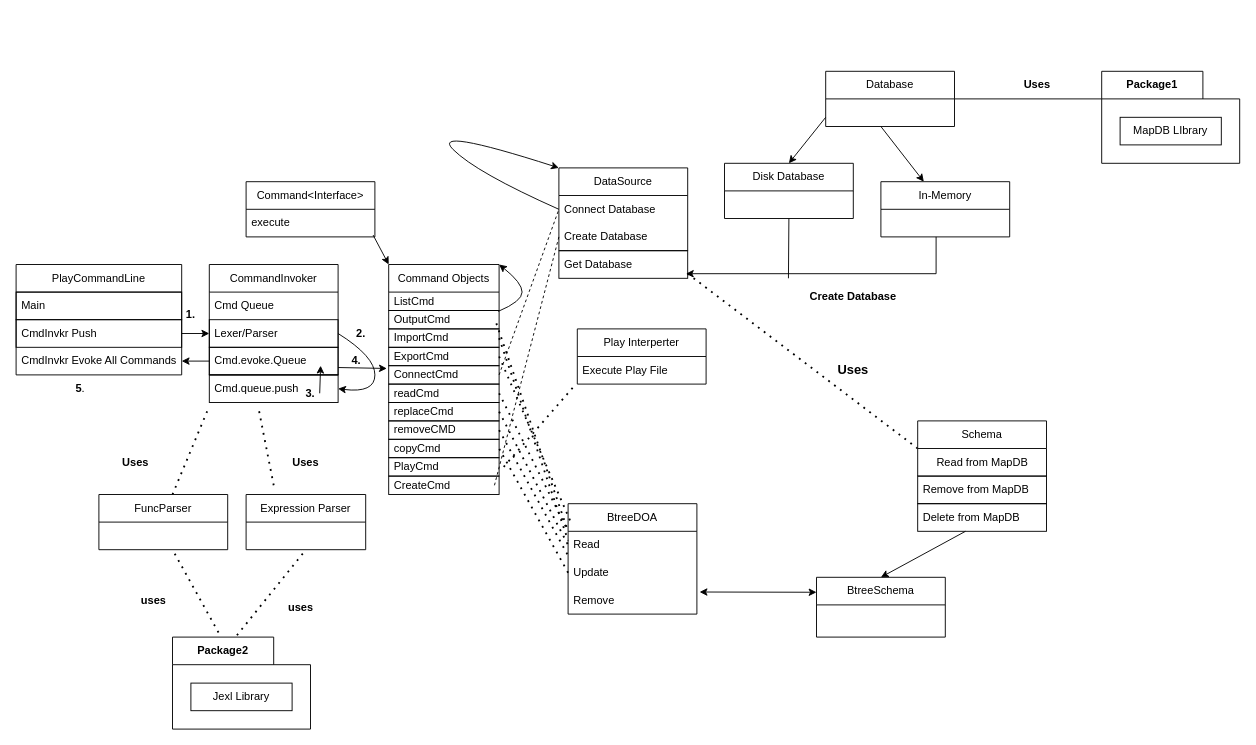
Above: Resources/playDBDesign.drawio in selvadurai/PlayDB (draw.io), before the change. Source tidied: cells renumbered, new cells numbered last; positions are measured from the earlier drawing's top-left corner, leaving out a move shared by most shapes. Both pictures are drawn from the tidied source at 92%, with x=0, y=0 at pixel (16, 71).
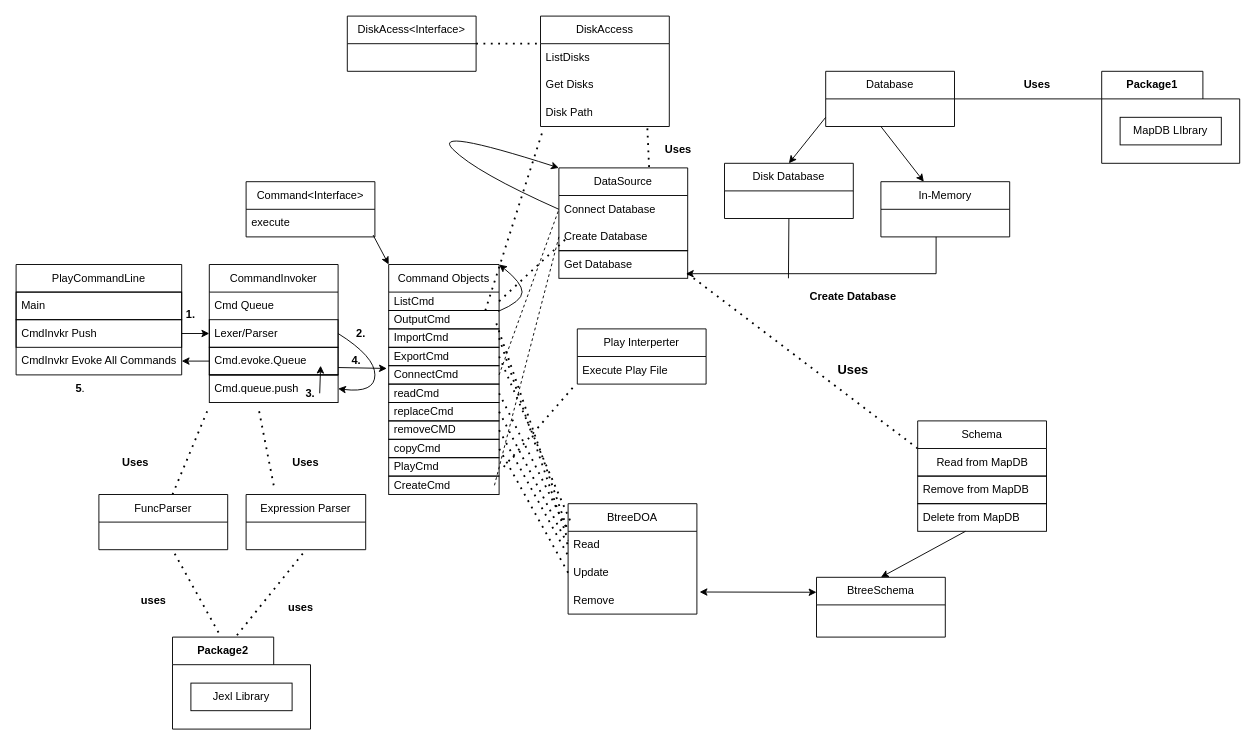
The same diagram, later.

Unchanged cells that the change refers to:
```xml
<mxCell id="15" value="Command Objects" style="swimlane;fontStyle=0;horizontal=1;startSize=30;whiteSpace=wrap;html=1;" parent="1" vertex="1">
  <mxGeometry x="405" y="210" width="120" height="50" as="geometry" />
</mxCell>
<mxCell id="16" value="ListCmd" style="text;strokeColor=none;fillColor=none;align=left;verticalAlign=middle;spacingLeft=4;spacingRight=4;overflow=hidden;points=[[0,0.5],[1,0.5]];portConstraint=eastwest;whiteSpace=wrap;html=1;" parent="15" vertex="1">
  <mxGeometry y="30" width="120" height="20" as="geometry" />
</mxCell>
<mxCell id="40" value="DataSource" style="swimlane;fontStyle=0;horizontal=1;startSize=30;whiteSpace=wrap;html=1;" parent="1" vertex="1">
  <mxGeometry x="590" y="105" width="140" height="90" as="geometry" />
</mxCell>
```

Change to the diagram source:
```diff
@@
+    <mxCell id="93" style="endArrow=none;dashed=1;html=1;dashPattern=1 3;strokeWidth=2;rounded=0;entryX=0.021;entryY=1.1;entryDx=0;entryDy=0;entryPerimeter=0;" parent="15" edge="1" target="98">
+      <mxGeometry relative="1" as="geometry">
+        <mxPoint x="105" y="50" as="sourcePoint" />
+      </mxGeometry>
+    </mxCell>
@@
+    <mxCell id="94" value="DiskAcess&amp;lt;Interface&amp;gt;" style="swimlane;fontStyle=0;horizontal=1;startSize=30;whiteSpace=wrap;html=1;" parent="1" vertex="1">
+      <mxGeometry x="360" y="-60" width="140" height="60" as="geometry" />
+    </mxCell>
+    <mxCell id="95" value="DiskAccess" style="swimlane;fontStyle=0;horizontal=1;startSize=30;whiteSpace=wrap;html=1;" parent="1" vertex="1">
+      <mxGeometry x="570" y="-60" width="140" height="120" as="geometry" />
+    </mxCell>
+    <mxCell id="96" value="ListDisks" style="text;strokeColor=none;fillColor=none;align=left;verticalAlign=middle;spacingLeft=4;spacingRight=4;overflow=hidden;points=[[0,0.5],[1,0.5]];portConstraint=eastwest;whiteSpace=wrap;html=1;" parent="95" vertex="1">
+      <mxGeometry y="30" width="140" height="30" as="geometry" />
+    </mxCell>
+    <mxCell id="97" value="Get Disks" style="text;strokeColor=none;fillColor=none;align=left;verticalAlign=middle;spacingLeft=4;spacingRight=4;overflow=hidden;whiteSpace=wrap;html=1;" parent="95" vertex="1">
+      <mxGeometry y="60" width="140" height="30" as="geometry" />
+    </mxCell>
+    <mxCell id="98" value="Disk Path" style="text;strokeColor=none;fillColor=none;align=left;verticalAlign=middle;spacingLeft=4;spacingRight=4;overflow=hidden;points=[[0,0.5],[1,0.5]];portConstraint=eastwest;whiteSpace=wrap;html=1;" parent="95" vertex="1">
+      <mxGeometry y="90" width="140" height="30" as="geometry" />
+    </mxCell>
+    <mxCell id="99" style="endArrow=none;dashed=1;html=1;dashPattern=1 3;strokeWidth=2;rounded=0;exitX=1;exitY=0.5;exitDx=0;exitDy=0;entryX=0;entryY=0;entryDx=0;entryDy=0;entryPerimeter=0;" parent="1" edge="1" source="94" target="96">
+      <mxGeometry relative="1" as="geometry" />
+    </mxCell>
+    <mxCell id="100" style="endArrow=none;dashed=1;html=1;dashPattern=1 3;strokeWidth=2;rounded=0;exitX=1;exitY=0.5;exitDx=0;exitDy=0;" parent="1" edge="1" source="16">
+      <mxGeometry relative="1" as="geometry">
+        <mxPoint x="600" y="180" as="targetPoint" />
+      </mxGeometry>
+    </mxCell>
+    <mxCell id="101" style="endArrow=none;dashed=1;html=1;dashPattern=1 3;strokeWidth=2;rounded=0;exitX=0.7;exitY=-0.011;exitDx=0;exitDy=0;exitPerimeter=0;entryX=0.829;entryY=1;entryDx=0;entryDy=0;entryPerimeter=0;" parent="1" edge="1" source="40" target="98">
+      <mxGeometry relative="1" as="geometry" />
+    </mxCell>
+    <mxCell id="102" value="&lt;b&gt;Uses&lt;/b&gt;" style="text;html=1;strokeColor=none;fillColor=none;align=center;verticalAlign=middle;whiteSpace=wrap;rounded=0;" parent="1" vertex="1">
+      <mxGeometry x="690" y="70" width="60" height="30" as="geometry" />
+    </mxCell>
```
